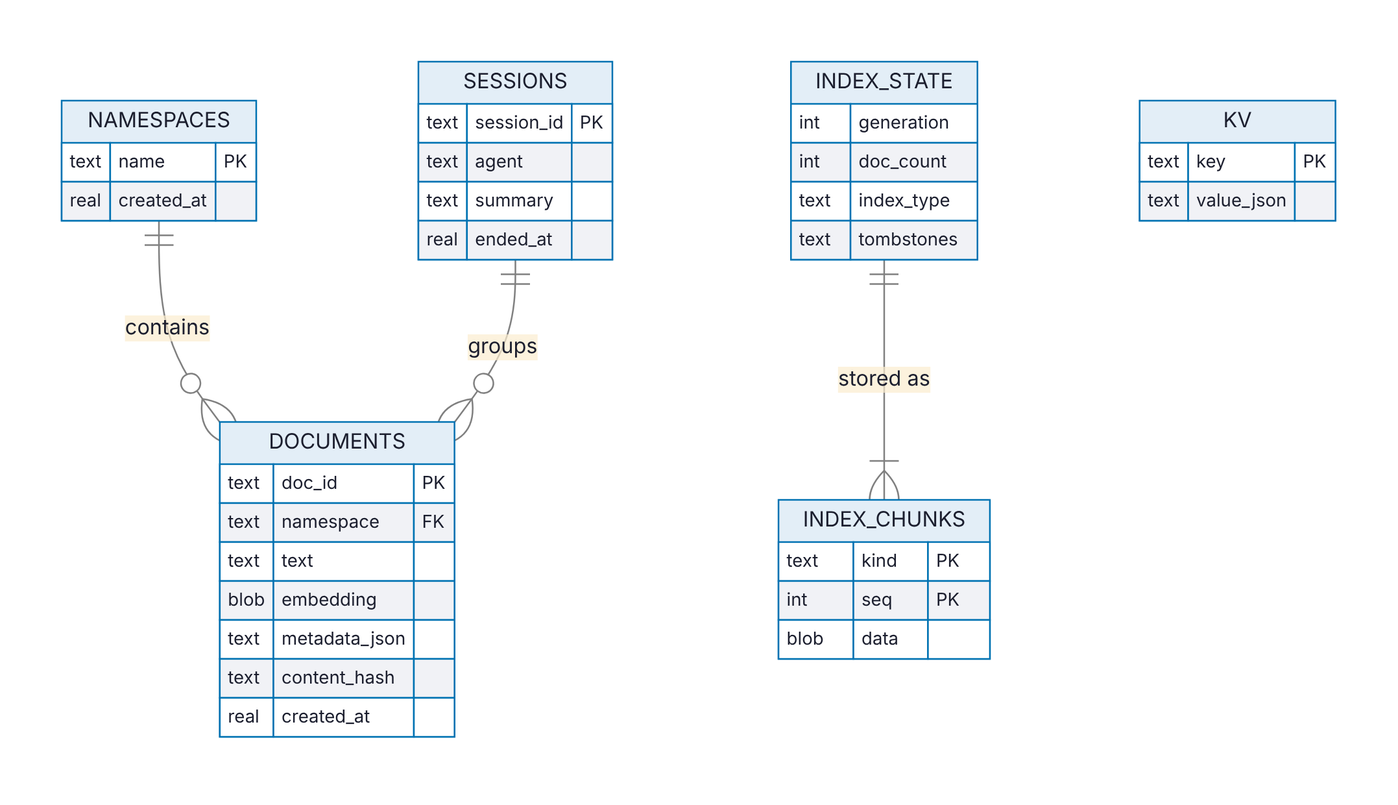
Before: paper/figures/fig-schema.png, a diagram exported from Mermaid (bosekarmegam/vecforge). Its source is kept beside it as paper/figures/src/fig-schema.mmd. Source of this version:
```mermaid
erDiagram
    NAMESPACES ||--o{ DOCUMENTS : contains
    INDEX_STATE ||--|{ INDEX_CHUNKS : "stored as"
    SESSIONS ||--o{ DOCUMENTS : groups
    DOCUMENTS {
        text doc_id PK
        text namespace FK
        text text
        blob embedding
        text metadata_json
        text content_hash
        real created_at
    }
    NAMESPACES {
        text name PK
        real created_at
    }
    INDEX_STATE {
        int generation
        int doc_count
        text index_type
        text tombstones
    }
    INDEX_CHUNKS {
        text kind PK
        int seq PK
        blob data
    }
    SESSIONS {
        text session_id PK
        text agent
        text summary
        real ended_at
    }
    KV {
        text key PK
        text value_json
    }
```
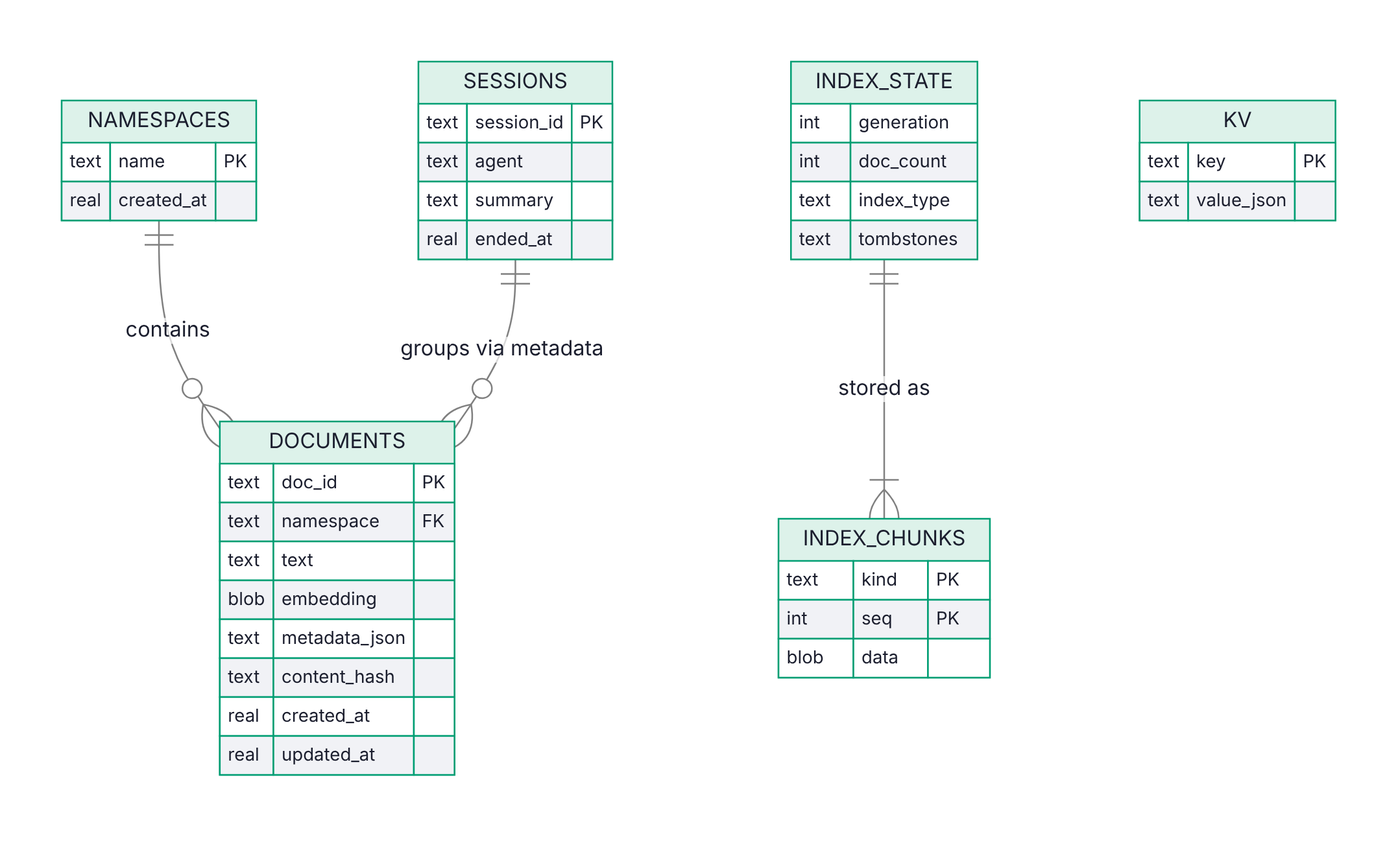
Later version of the same file.

The edit, as a diff of the source:
```diff
@@ -1,7 +1,8 @@
+%%{init: {"themeVariables": {"mainBkg": "#DDF2EA", "nodeBorder": "#009E73", "tertiaryColor": "#FFFFFF"}}}%%
 erDiagram
     NAMESPACES ||--o{ DOCUMENTS : contains
     INDEX_STATE ||--|{ INDEX_CHUNKS : "stored as"
-    SESSIONS ||--o{ DOCUMENTS : groups
+    SESSIONS ||--o{ DOCUMENTS : "groups via metadata"
     DOCUMENTS {
         text doc_id PK
         text namespace FK
@@ -10,6 +11,7 @@
         text metadata_json
         text content_hash
         real created_at
+        real updated_at
     }
     NAMESPACES {
         text name PK
```
